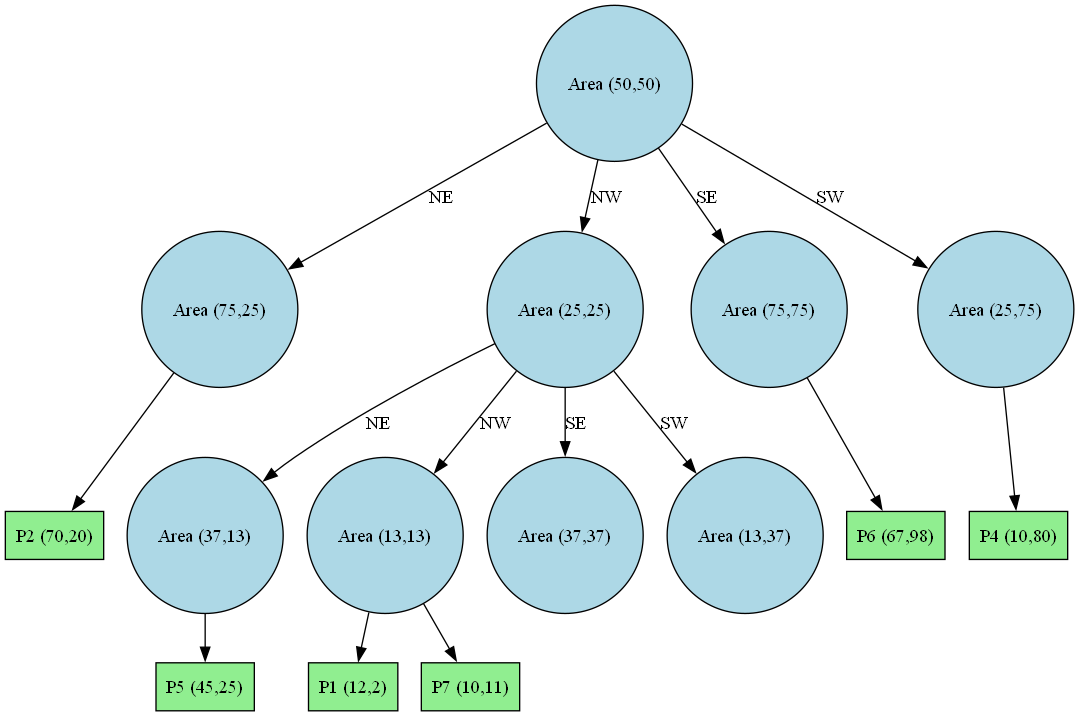
The Graphviz diagram quadtree_proyect.png in ParasyteGS/Proyecto-Final-Algoritmos, before a commit. Its source is kept beside it as quadtree_proyect.dot. Its diagram source:
```dot
digraph QuadTree {
node0 [label="Area (50,50)", shape=circle, style=filled, fillcolor=lightblue];
node1 [label="Area (75,25)", shape=circle, style=filled, fillcolor=lightblue];
node9 [label="P2 (70,20)", shape=box, style=filled, fillcolor=lightgreen];
node1 -> node9;
node2 [label="Area (25,25)", shape=circle, style=filled, fillcolor=lightblue];
node5 [label="Area (37,13)", shape=circle, style=filled, fillcolor=lightblue];
node10 [label="P5 (45,25)", shape=box, style=filled, fillcolor=lightgreen];
node5 -> node10;
node6 [label="Area (13,13)", shape=circle, style=filled, fillcolor=lightblue];
node11 [label="P1 (12,2)", shape=box, style=filled, fillcolor=lightgreen];
node6 -> node11;
node12 [label="P7 (10,11)", shape=box, style=filled, fillcolor=lightgreen];
node6 -> node12;
node7 [label="Area (37,37)", shape=circle, style=filled, fillcolor=lightblue];
node8 [label="Area (13,37)", shape=circle, style=filled, fillcolor=lightblue];
node2 -> node5 [label="NE"];
node2 -> node6 [label="NW"];
node2 -> node7 [label="SE"];
node2 -> node8 [label="SW"];
node3 [label="Area (75,75)", shape=circle, style=filled, fillcolor=lightblue];
node13 [label="P6 (67,98)", shape=box, style=filled, fillcolor=lightgreen];
node3 -> node13;
node4 [label="Area (25,75)", shape=circle, style=filled, fillcolor=lightblue];
node14 [label="P4 (10,80)", shape=box, style=filled, fillcolor=lightgreen];
node4 -> node14;
node0 -> node1 [label="NE"];
node0 -> node2 [label="NW"];
node0 -> node3 [label="SE"];
node0 -> node4 [label="SW"];
}
```
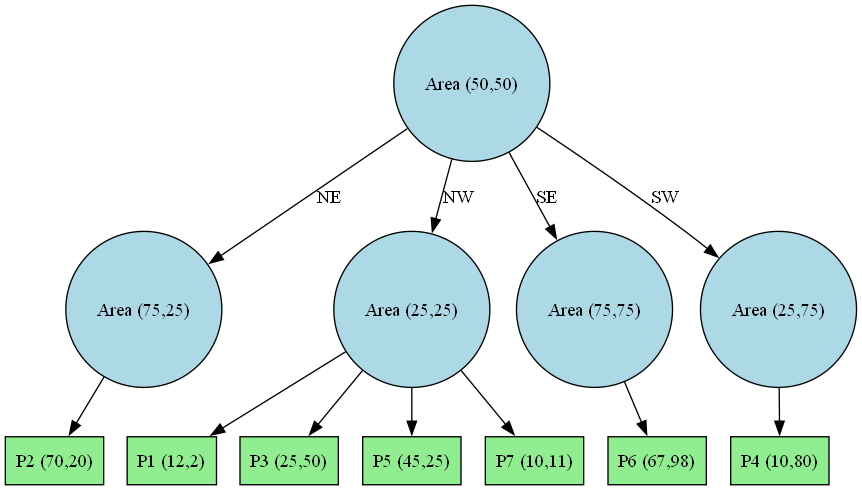
Later version of the same file.

Change to the diagram source:
```diff
@@ -1,29 +1,23 @@
 digraph QuadTree {
 node0 [label="Area (50,50)", shape=circle, style=filled, fillcolor=lightblue];
 node1 [label="Area (75,25)", shape=circle, style=filled, fillcolor=lightblue];
-node9 [label="P2 (70,20)", shape=box, style=filled, fillcolor=lightgreen];
-node1 -> node9;
+node5 [label="P2 (70,20)", shape=box, style=filled, fillcolor=lightgreen];
+node1 -> node5;
 node2 [label="Area (25,25)", shape=circle, style=filled, fillcolor=lightblue];
-node5 [label="Area (37,13)", shape=circle, style=filled, fillcolor=lightblue];
-node10 [label="P5 (45,25)", shape=box, style=filled, fillcolor=lightgreen];
-node5 -> node10;
-node6 [label="Area (13,13)", shape=circle, style=filled, fillcolor=lightblue];
-node11 [label="P1 (12,2)", shape=box, style=filled, fillcolor=lightgreen];
-node6 -> node11;
-node12 [label="P7 (10,11)", shape=box, style=filled, fillcolor=lightgreen];
-node6 -> node12;
-node7 [label="Area (37,37)", shape=circle, style=filled, fillcolor=lightblue];
-node8 [label="Area (13,37)", shape=circle, style=filled, fillcolor=lightblue];
-node2 -> node5 [label="NE"];
-node2 -> node6 [label="NW"];
-node2 -> node7 [label="SE"];
-node2 -> node8 [label="SW"];
+node6 [label="P1 (12,2)", shape=box, style=filled, fillcolor=lightgreen];
+node2 -> node6;
+node7 [label="P3 (25,50)", shape=box, style=filled, fillcolor=lightgreen];
+node2 -> node7;
+node8 [label="P5 (45,25)", shape=box, style=filled, fillcolor=lightgreen];
+node2 -> node8;
+node9 [label="P7 (10,11)", shape=box, style=filled, fillcolor=lightgreen];
+node2 -> node9;
 node3 [label="Area (75,75)", shape=circle, style=filled, fillcolor=lightblue];
-node13 [label="P6 (67,98)", shape=box, style=filled, fillcolor=lightgreen];
-node3 -> node13;
+node10 [label="P6 (67,98)", shape=box, style=filled, fillcolor=lightgreen];
+node3 -> node10;
 node4 [label="Area (25,75)", shape=circle, style=filled, fillcolor=lightblue];
-node14 [label="P4 (10,80)", shape=box, style=filled, fillcolor=lightgreen];
-node4 -> node14;
+node11 [label="P4 (10,80)", shape=box, style=filled, fillcolor=lightgreen];
+node4 -> node11;
 node0 -> node1 [label="NE"];
 node0 -> node2 [label="NW"];
 node0 -> node3 [label="SE"];
```
